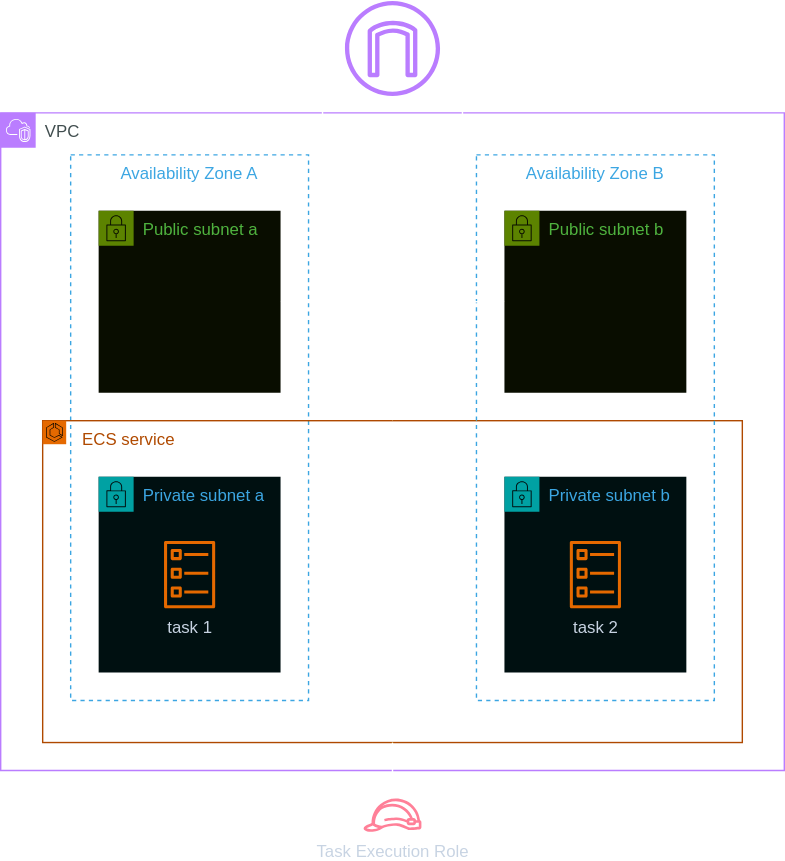
Earlier version of the draw.io export docs/media/lab_1_arch.drawio.svg (superluminar-io/aws_advanced_workshop). Source tidied: cells renumbered, new cells last; positions are measured from the earlier drawing's top-left corner, leaving out a move shared by most shapes.
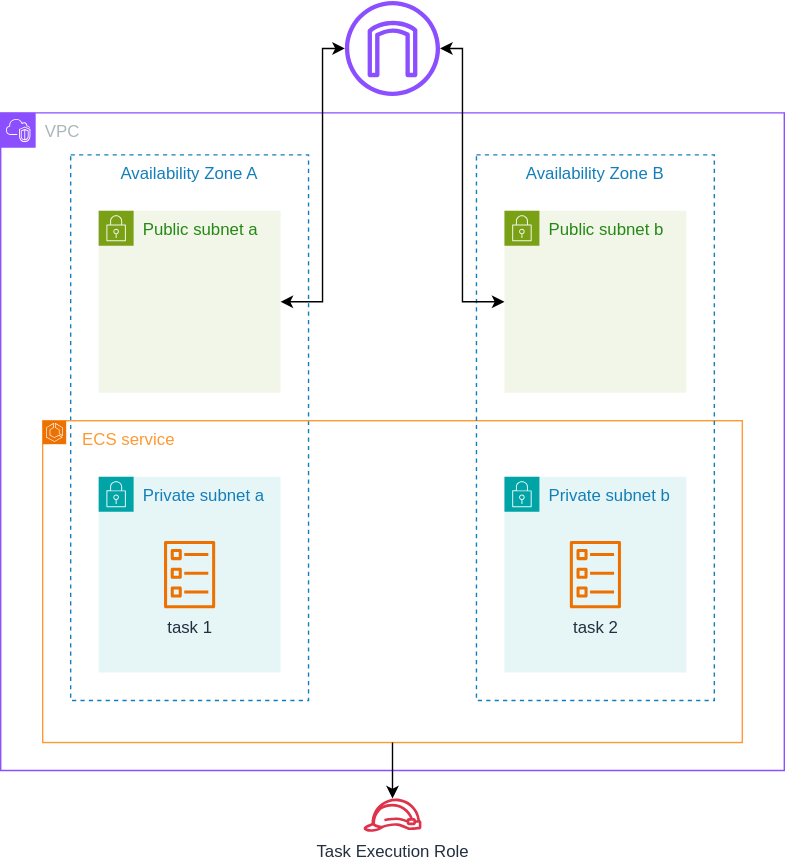
After the change.

Diff of the diagram source:
```diff
@@ -26,15 +26,6 @@
     <mxCell id="9" value="task 1" style="sketch=0;fontColor=#232F3E;gradientColor=none;fillColor=#ED7100;strokeColor=none;dashed=0;verticalLabelPosition=bottom;verticalAlign=top;align=center;html=1;fontSize=12;fontStyle=0;shape=mxgraph.aws4.ecs_task;" parent="8" vertex="1">
       <mxGeometry x="46.5" y="46" width="37" height="48" as="geometry" />
     </mxCell>
-    <mxCell id="10" style="edgeStyle=orthogonalEdgeStyle;rounded=0;jettySize=auto;html=1;" parent="2" edge="1" target="6">
-      <mxGeometry relative="1" as="geometry">
-        <mxPoint x="280" y="184" as="sourcePoint" />
-        <Array as="points">
-          <mxPoint x="280" y="210" />
-          <mxPoint x="280" y="210" />
-        </Array>
-      </mxGeometry>
-    </mxCell>
     <mxCell id="11" value="Availability Zone B" style="fillColor=none;strokeColor=#147EBA;dashed=1;verticalAlign=top;fontStyle=0;fontColor=#147EBA;whiteSpace=wrap;html=1;" parent="2" vertex="1">
       <mxGeometry x="340" y="30" width="170" height="390" as="geometry" />
     </mxCell>
```
